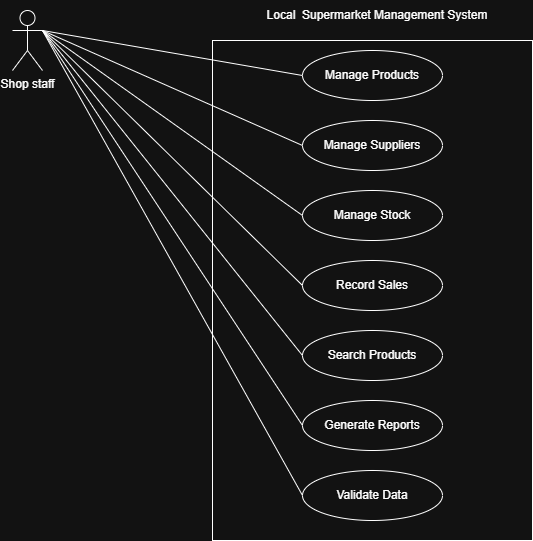
vashishmohess-svg/CST2550-SupermarketManagementSystem keeps this draw.io diagram as Documentation/UseCaseDiagram.png. Above is the earlier version. Source tidied: cells renumbered, new cells last; positions are measured from the earlier drawing's top-left corner, leaving out a move shared by most shapes. Its diagram source:
```xml
<mxGraphModel>
  <root>
    <mxCell id="0" />
    <mxCell id="1" parent="0" />
    <mxCell id="2" value="Shop staff" style="shape=umlActor;verticalLabelPosition=bottom;verticalAlign=top;html=1;" parent="1" vertex="1">
      <mxGeometry y="10" width="30" height="60" as="geometry" />
    </mxCell>
    <mxCell id="3" style="rounded=0;whiteSpace=wrap;html=1;" parent="1" vertex="1">
      <mxGeometry x="200" y="40" width="320" height="500" as="geometry" />
    </mxCell>
    <mxCell id="4" value="Manage Products" style="ellipse;whiteSpace=wrap;html=1;" parent="1" vertex="1">
      <mxGeometry x="290" y="50" width="140" height="50" as="geometry" />
    </mxCell>
    <mxCell id="5" value="Manage Suppliers" style="ellipse;whiteSpace=wrap;html=1;" parent="1" vertex="1">
      <mxGeometry x="290" y="120" width="140" height="50" as="geometry" />
    </mxCell>
    <mxCell id="6" value="Manage Stock" style="ellipse;whiteSpace=wrap;html=1;" parent="1" vertex="1">
      <mxGeometry x="290" y="190" width="140" height="50" as="geometry" />
    </mxCell>
    <mxCell id="7" value="Record Sales" style="ellipse;whiteSpace=wrap;html=1;" parent="1" vertex="1">
      <mxGeometry x="290" y="260" width="140" height="50" as="geometry" />
    </mxCell>
    <mxCell id="8" value="Search Products" style="ellipse;whiteSpace=wrap;html=1;" parent="1" vertex="1">
      <mxGeometry x="290" y="330" width="140" height="50" as="geometry" />
    </mxCell>
    <mxCell id="9" value="Generate Reports" style="ellipse;whiteSpace=wrap;html=1;" parent="1" vertex="1">
      <mxGeometry x="290" y="400" width="140" height="50" as="geometry" />
    </mxCell>
    <mxCell id="10" value="Validate Data" style="ellipse;whiteSpace=wrap;html=1;" parent="1" vertex="1">
      <mxGeometry x="290" y="470" width="140" height="50" as="geometry" />
    </mxCell>
    <mxCell id="11" style="edgeStyle=orthogonalEdgeStyle;rounded=0;orthogonalLoop=1;jettySize=auto;html=1;exitX=0.5;exitY=1;exitDx=0;exitDy=0;" parent="1" edge="1" source="8" target="8">
      <mxGeometry relative="1" as="geometry" />
    </mxCell>
    <mxCell id="12" value="Local&amp;nbsp; Supermarket Management System" style="text;html=1;whiteSpace=wrap;strokeColor=none;fillColor=none;align=center;verticalAlign=middle;rounded=0;" parent="1" vertex="1">
      <mxGeometry x="240" width="250" height="30" as="geometry" />
    </mxCell>
    <mxCell id="13" style="endArrow=none;html=1;rounded=0;entryX=1;entryY=0.3333333333333333;entryDx=0;entryDy=0;entryPerimeter=0;exitX=0;exitY=0.5;exitDx=0;exitDy=0;" parent="1" edge="1" source="4" target="2">
      <mxGeometry relative="1" as="geometry" />
    </mxCell>
    <mxCell id="14" style="endArrow=none;html=1;rounded=0;entryX=0;entryY=0.5;entryDx=0;entryDy=0;" parent="1" edge="1" target="5">
      <mxGeometry relative="1" as="geometry">
        <mxPoint x="30" y="30" as="sourcePoint" />
      </mxGeometry>
    </mxCell>
    <mxCell id="15" style="endArrow=none;html=1;rounded=0;entryX=0;entryY=0.5;entryDx=0;entryDy=0;exitX=1;exitY=0.3333333333333333;exitDx=0;exitDy=0;exitPerimeter=0;" parent="1" edge="1" source="2" target="6">
      <mxGeometry relative="1" as="geometry" />
    </mxCell>
    <mxCell id="16" style="endArrow=none;html=1;rounded=0;entryX=0;entryY=0.5;entryDx=0;entryDy=0;" parent="1" edge="1" target="7">
      <mxGeometry relative="1" as="geometry">
        <mxPoint x="30" y="30" as="sourcePoint" />
      </mxGeometry>
    </mxCell>
    <mxCell id="17" style="endArrow=none;html=1;rounded=0;entryX=0;entryY=0.5;entryDx=0;entryDy=0;exitX=1;exitY=0.3333333333333333;exitDx=0;exitDy=0;exitPerimeter=0;" parent="1" edge="1" source="2" target="8">
      <mxGeometry relative="1" as="geometry" />
    </mxCell>
    <mxCell id="18" style="endArrow=none;html=1;rounded=0;exitX=0;exitY=0.5;exitDx=0;exitDy=0;entryX=1;entryY=0.3333333333333333;entryDx=0;entryDy=0;entryPerimeter=0;" parent="1" edge="1" source="9" target="2">
      <mxGeometry relative="1" as="geometry" />
    </mxCell>
    <mxCell id="19" style="endArrow=none;html=1;rounded=0;exitX=0;exitY=0.5;exitDx=0;exitDy=0;entryX=1;entryY=0.3333333333333333;entryDx=0;entryDy=0;entryPerimeter=0;" parent="1" edge="1" source="10" target="2">
      <mxGeometry relative="1" as="geometry" />
    </mxCell>
  </root>
</mxGraphModel>
```
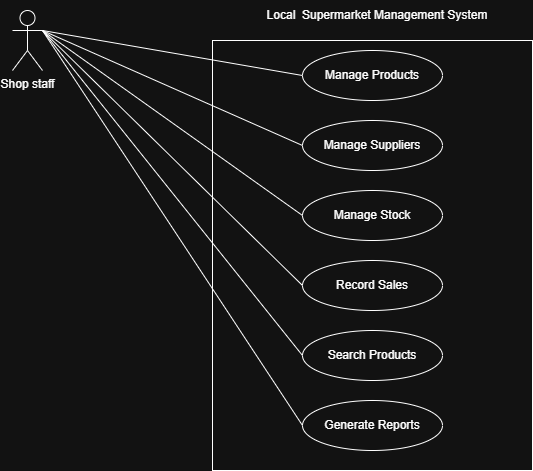
After the commit.

Commit message:
Added algorithm and data structure analysis to requirements

Change to the diagram source:
```diff
@@ -6,7 +6,7 @@
       <mxGeometry y="10" width="30" height="60" as="geometry" />
     </mxCell>
     <mxCell id="3" style="rounded=0;whiteSpace=wrap;html=1;" parent="1" vertex="1">
-      <mxGeometry x="200" y="40" width="320" height="500" as="geometry" />
+      <mxGeometry x="200" y="40" width="320" height="430" as="geometry" />
     </mxCell>
     <mxCell id="4" value="Manage Products" style="ellipse;whiteSpace=wrap;html=1;" parent="1" vertex="1">
       <mxGeometry x="290" y="50" width="140" height="50" as="geometry" />
@@ -26,9 +26,6 @@
     <mxCell id="9" value="Generate Reports" style="ellipse;whiteSpace=wrap;html=1;" parent="1" vertex="1">
       <mxGeometry x="290" y="400" width="140" height="50" as="geometry" />
     </mxCell>
-    <mxCell id="10" value="Validate Data" style="ellipse;whiteSpace=wrap;html=1;" parent="1" vertex="1">
-      <mxGeometry x="290" y="470" width="140" height="50" as="geometry" />
-    </mxCell>
     <mxCell id="11" style="edgeStyle=orthogonalEdgeStyle;rounded=0;orthogonalLoop=1;jettySize=auto;html=1;exitX=0.5;exitY=1;exitDx=0;exitDy=0;" parent="1" edge="1" source="8" target="8">
       <mxGeometry relative="1" as="geometry" />
     </mxCell>
@@ -57,8 +54,5 @@
     <mxCell id="18" style="endArrow=none;html=1;rounded=0;exitX=0;exitY=0.5;exitDx=0;exitDy=0;entryX=1;entryY=0.3333333333333333;entryDx=0;entryDy=0;entryPerimeter=0;" parent="1" edge="1" source="9" target="2">
       <mxGeometry relative="1" as="geometry" />
     </mxCell>
-    <mxCell id="19" style="endArrow=none;html=1;rounded=0;exitX=0;exitY=0.5;exitDx=0;exitDy=0;entryX=1;entryY=0.3333333333333333;entryDx=0;entryDy=0;entryPerimeter=0;" parent="1" edge="1" source="10" target="2">
-      <mxGeometry relative="1" as="geometry" />
-    </mxCell>
   </root>
 </mxGraphModel>
```
